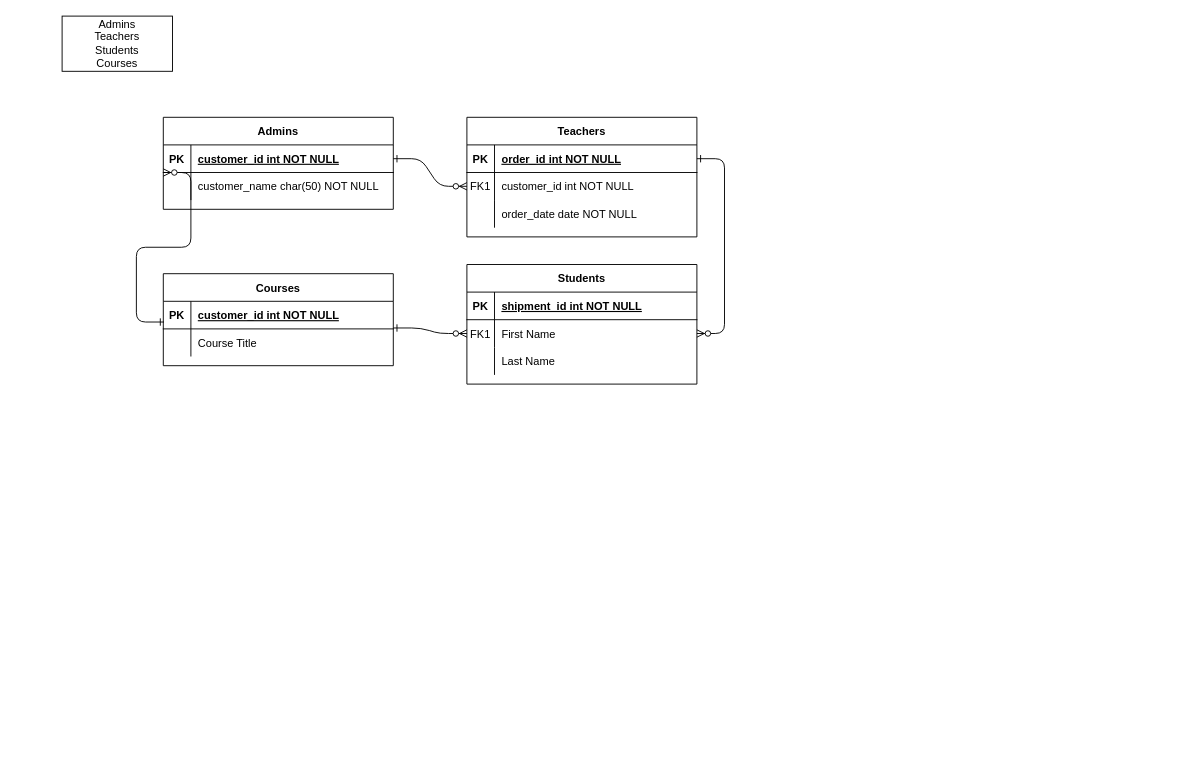
This is Untitled Diagram.drawio from chantalmaskell/MySQL_RDBMS, a draw.io file, before an edit. Source tidied: cells renumbered, new cells numbered last; positions are measured from the earlier drawing's top-left corner, leaving out a move shared by most shapes. Both pictures are drawn from the tidied source at 92%, with x=0, y=0 at pixel (62, 16).
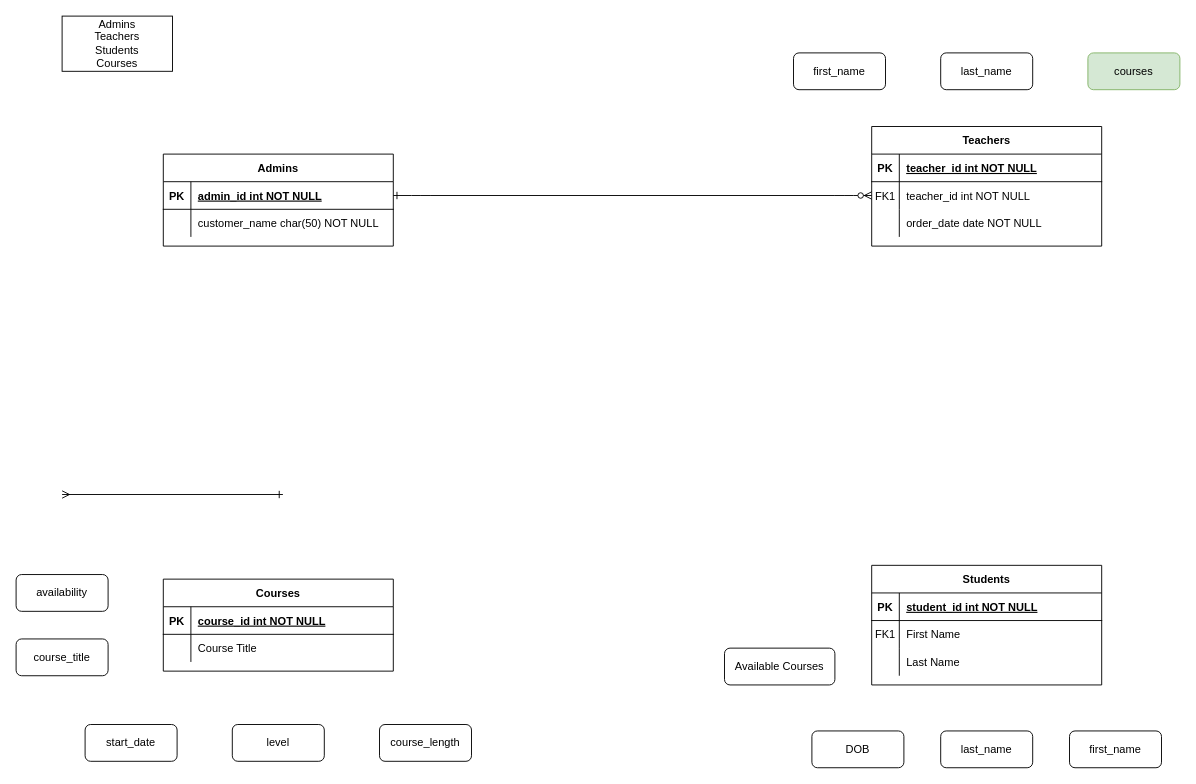
The same diagram, later.

Commit message:
Update to ERD structure

Unchanged cells that the change refers to:
```xml
<mxCell id="5" style="shape=partialRectangle;fillColor=none;points=[[0,0.5],[1,0.5]];portConstraint=eastwest;top=0;left=0;right=0;bottom=1;" parent="4" vertex="1">
  <mxGeometry y="30" width="250" height="30" as="geometry" />
</mxCell>
<mxCell id="8" style="shape=partialRectangle;fillColor=none;points=[[0,0.5],[1,0.5]];portConstraint=eastwest;top=0;left=0;right=0;bottom=0;" parent="4" vertex="1">
  <mxGeometry y="60" width="250" height="30" as="geometry" />
</mxCell>
<mxCell id="15" style="shape=partialRectangle;fillColor=none;top=0;left=0;right=0;bottom=1;" parent="14" vertex="1">
  <mxGeometry y="30" width="250" height="30" as="geometry" />
</mxCell>
<mxCell id="18" style="shape=partialRectangle;fillColor=none;points=[[0,0.5],[1,0.5]];portConstraint=eastwest;top=0;left=0;right=0;bottom=0;" parent="14" vertex="1">
  <mxGeometry y="60" width="250" height="30" as="geometry" />
</mxCell>
<mxCell id="25" style="shape=partialRectangle;fillColor=none;points=[[0,0.5],[1,0.5]];portConstraint=eastwest;top=0;left=0;right=0;bottom=1;" parent="24" vertex="1">
  <mxGeometry y="30" width="250" height="30" as="geometry" />
</mxCell>
<mxCell id="28" style="shape=partialRectangle;fillColor=none;points=[[0,0.5],[1,0.5]];portConstraint=eastwest;top=0;left=0;right=0;bottom=0;" parent="24" vertex="1">
  <mxGeometry y="60" width="250" height="30" as="geometry" />
</mxCell>
<mxCell id="32" style="shape=partialRectangle;fillColor=none;points=[[0,0.5],[1,0.5]];portConstraint=eastwest;top=0;left=0;right=0;bottom=1;" parent="31" vertex="1">
  <mxGeometry y="30" width="250" height="30" as="geometry" />
</mxCell>
```

Change to the diagram source:
```diff
@@
-    <mxCell id="3" style="edgeStyle=entityRelationEdgeStyle;endArrow=ERzeroToMany;startArrow=ERone;endFill=1;startFill=0;" parent="1" edge="1" source="5" target="18">
-      <mxGeometry relative="1" as="geometry" />
-    </mxCell>
     <mxCell id="4" value="Teachers" style="shape=table;startSize=30;childLayout=tableLayout;rowLines=0;fontStyle=1;align=center;" parent="1" vertex="1">
-      <mxGeometry x="440" y="110" width="250" height="130" as="geometry" />
+      <mxGeometry x="880" y="120" width="250" height="130" as="geometry" />
     </mxCell>
@@
-    <mxCell id="7" value="order_id int NOT NULL " style="shape=partialRectangle;overflow=hidden;fillColor=none;top=0;left=0;bottom=0;right=0;align=left;spacingLeft=6;fontStyle=5;" parent="5" vertex="1">
+    <mxCell id="7" value="teacher_id int NOT NULL " style="shape=partialRectangle;overflow=hidden;fillColor=none;top=0;left=0;bottom=0;right=0;align=left;spacingLeft=6;fontStyle=5;" parent="5" vertex="1">
       <mxGeometry x="30" width="220" height="30" as="geometry" />
     </mxCell>
@@
-    <mxCell id="10" value="customer_id int NOT NULL" style="shape=partialRectangle;overflow=hidden;fillColor=none;top=0;left=0;bottom=0;right=0;align=left;spacingLeft=6;" parent="8" vertex="1">
+    <mxCell id="10" value="teacher_id int NOT NULL" style="shape=partialRectangle;overflow=hidden;fillColor=none;top=0;left=0;bottom=0;right=0;align=left;spacingLeft=6;" parent="8" vertex="1">
       <mxGeometry x="30" width="220" height="30" as="geometry" />
     </mxCell>
@@
     <mxCell id="14" value="Students" style="shape=table;startSize=30;childLayout=tableLayout;rowLines=0;fontStyle=1;align=center;" parent="1" vertex="1">
-      <mxGeometry x="440" y="270" width="250" height="130" as="geometry" />
+      <mxGeometry x="880" y="597" width="250" height="130" as="geometry" />
     </mxCell>
@@
-    <mxCell id="17" value="shipment_id int NOT NULL " style="shape=partialRectangle;overflow=hidden;fillColor=none;top=0;left=0;bottom=0;right=0;align=left;spacingLeft=6;fontStyle=5;" parent="15" vertex="1">
+    <mxCell id="17" value="student_id int NOT NULL " style="shape=partialRectangle;overflow=hidden;fillColor=none;top=0;left=0;bottom=0;right=0;align=left;spacingLeft=6;fontStyle=5;" parent="15" vertex="1">
       <mxGeometry x="30" width="220" height="30" as="geometry" />
     </mxCell>
@@
     <mxCell id="24" value="Admins" style="shape=table;startSize=30;childLayout=tableLayout;rowLines=0;fontStyle=1;align=center;" parent="1" vertex="1">
-      <mxGeometry x="110" y="110" width="250" height="100" as="geometry" />
+      <mxGeometry x="110" y="150" width="250" height="100" as="geometry" />
     </mxCell>
@@
-    <mxCell id="27" value="customer_id int NOT NULL " style="shape=partialRectangle;overflow=hidden;fillColor=none;top=0;left=0;bottom=0;right=0;align=left;spacingLeft=6;fontStyle=5;" parent="25" vertex="1">
+    <mxCell id="27" value="admin_id int NOT NULL " style="shape=partialRectangle;overflow=hidden;fillColor=none;top=0;left=0;bottom=0;right=0;align=left;spacingLeft=6;fontStyle=5;" parent="25" vertex="1">
       <mxGeometry x="30" width="220" height="30" as="geometry" />
     </mxCell>
@@
     <mxCell id="31" value="Courses" style="shape=table;startSize=30;childLayout=tableLayout;rowLines=0;fontStyle=1;align=center;" parent="1" vertex="1">
-      <mxGeometry x="110" y="280" width="250" height="100" as="geometry" />
+      <mxGeometry x="110" y="612" width="250" height="100" as="geometry" />
     </mxCell>
@@
-    <mxCell id="34" value="customer_id int NOT NULL " style="shape=partialRectangle;overflow=hidden;fillColor=none;top=0;left=0;bottom=0;right=0;align=left;spacingLeft=6;fontStyle=5;" parent="32" vertex="1">
+    <mxCell id="34" value="course_id int NOT NULL " style="shape=partialRectangle;overflow=hidden;fillColor=none;top=0;left=0;bottom=0;right=0;align=left;spacingLeft=6;fontStyle=5;" parent="32" vertex="1">
       <mxGeometry x="30" width="220" height="30" as="geometry" />
     </mxCell>
@@
-    <mxCell id="39" style="edgeStyle=entityRelationEdgeStyle;endArrow=ERzeroToMany;startArrow=ERone;endFill=1;startFill=0;" parent="1" edge="1">
-      <mxGeometry relative="1" as="geometry">
-        <mxPoint x="360" y="339" as="sourcePoint" />
-        <mxPoint x="440" y="345" as="targetPoint" />
-      </mxGeometry>
-    </mxCell>
-    <mxCell id="40" style="edgeStyle=entityRelationEdgeStyle;endArrow=ERzeroToMany;startArrow=ERone;endFill=1;startFill=0;entryX=0;entryY=0;entryDx=0;entryDy=0;entryPerimeter=0;exitX=0.003;exitY=0.751;exitDx=0;exitDy=0;exitPerimeter=0;" parent="1" edge="1" source="32" target="28">
-      <mxGeometry relative="1" as="geometry" />
-    </mxCell>
+    <mxCell id="41" style="endArrow=ERone;html=1;rounded=0;startArrow=ERmany;startFill=0;endFill=0;" parent="1" edge="1">
+      <mxGeometry relative="1" as="geometry">
+        <mxPoint y="520" as="sourcePoint" />
+        <mxPoint x="240" y="520" as="targetPoint" />
+      </mxGeometry>
+    </mxCell>
+    <mxCell id="42" value="last_name" style="rounded=1;whiteSpace=wrap;html=1;" parent="1" vertex="1">
+      <mxGeometry x="955" y="777" width="100" height="40" as="geometry" />
+    </mxCell>
+    <mxCell id="43" value="first_name" style="rounded=1;whiteSpace=wrap;html=1;" parent="1" vertex="1">
+      <mxGeometry x="1095" y="777" width="100" height="40" as="geometry" />
+    </mxCell>
+    <mxCell id="44" value="DOB" style="rounded=1;whiteSpace=wrap;html=1;" parent="1" vertex="1">
+      <mxGeometry x="815" y="777" width="100" height="40" as="geometry" />
+    </mxCell>
+    <mxCell id="45" value="Available Courses" style="rounded=1;whiteSpace=wrap;html=1;" parent="1" vertex="1">
+      <mxGeometry x="720" y="687" width="120" height="40" as="geometry" />
+    </mxCell>
+    <mxCell id="46" value="course_length" style="rounded=1;whiteSpace=wrap;html=1;" parent="1" vertex="1">
+      <mxGeometry x="345" y="770" width="100" height="40" as="geometry" />
+    </mxCell>
+    <mxCell id="47" value="level" style="rounded=1;whiteSpace=wrap;html=1;" parent="1" vertex="1">
+      <mxGeometry x="185" y="770" width="100" height="40" as="geometry" />
+    </mxCell>
+    <mxCell id="48" value="start_date" style="rounded=1;whiteSpace=wrap;html=1;" parent="1" vertex="1">
+      <mxGeometry x="25" y="770" width="100" height="40" as="geometry" />
+    </mxCell>
+    <mxCell id="49" value="course_title" style="rounded=1;whiteSpace=wrap;html=1;" parent="1" vertex="1">
+      <mxGeometry x="-50" y="677" width="100" height="40" as="geometry" />
+    </mxCell>
+    <mxCell id="50" value="availability" style="rounded=1;whiteSpace=wrap;html=1;" parent="1" vertex="1">
+      <mxGeometry x="-50" y="607" width="100" height="40" as="geometry" />
+    </mxCell>
+    <mxCell id="51" value="courses" style="rounded=1;whiteSpace=wrap;html=1;fillColor=#d5e8d4;strokeColor=#82b366;" parent="1" vertex="1">
+      <mxGeometry x="1115" y="40" width="100" height="40" as="geometry" />
+    </mxCell>
+    <mxCell id="52" value="last_name" style="rounded=1;whiteSpace=wrap;html=1;" parent="1" vertex="1">
+      <mxGeometry x="955" y="40" width="100" height="40" as="geometry" />
+    </mxCell>
+    <mxCell id="53" value="first_name" style="rounded=1;whiteSpace=wrap;html=1;" parent="1" vertex="1">
+      <mxGeometry x="795" y="40" width="100" height="40" as="geometry" />
+    </mxCell>
```
